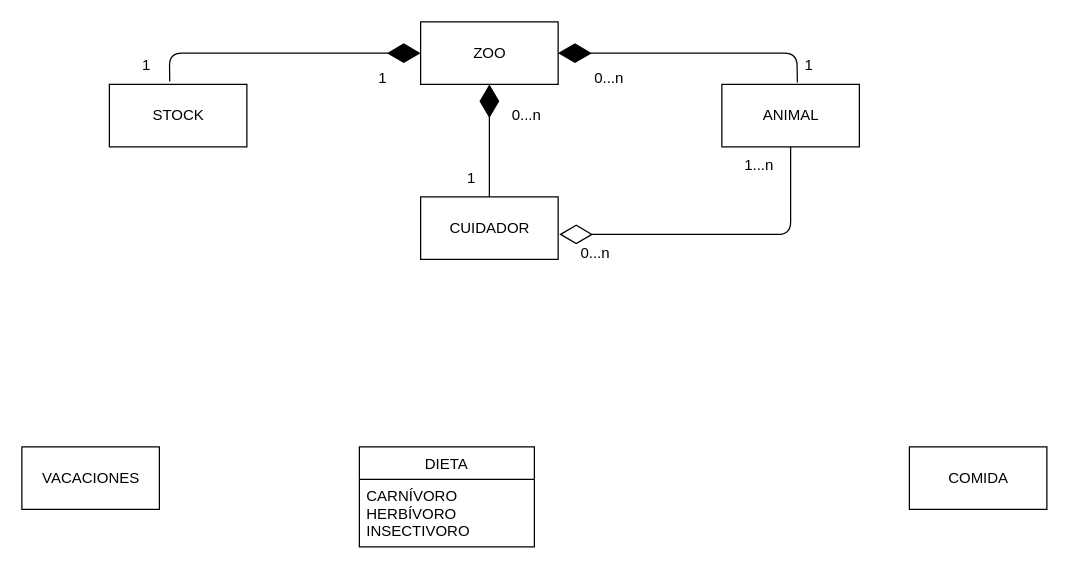
The draw.io diagram EJ5/ejercicio5.drawio in Trabajo-gruupal-empresa/Mediante-UML, before the edit. Source tidied: cells renumbered, new cells numbered last; positions are measured from the earlier drawing's top-left corner, leaving out a move shared by most shapes. Both pictures are drawn from the tidied source at 125%, with x=0, y=0 at pixel (21, 21).
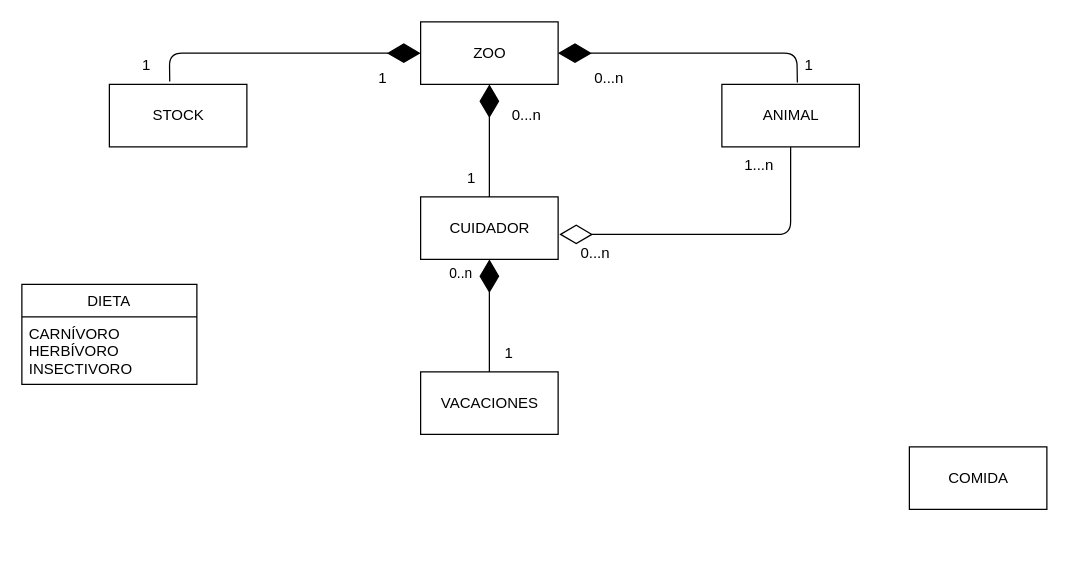
The same diagram, later.

Commit message:
composición vacaciones/cuidador

Unchanged cells that the change refers to:
```xml
<mxCell id="3" value="CUIDADOR" style="html=1;" parent="1" vertex="1">
  <mxGeometry x="319" y="140" width="110" height="50" as="geometry" />
</mxCell>
```

Diff of the diagram source:
```diff
@@
     <mxCell id="6" value="VACACIONES" style="html=1;" parent="1" vertex="1">
-      <mxGeometry y="340" width="110" height="50" as="geometry" />
+      <mxGeometry x="319" y="280" width="110" height="50" as="geometry" />
     </mxCell>
@@
     <mxCell id="8" value="DIETA" style="swimlane;fontStyle=0;horizontal=1;startSize=26;fillColor=none;" parent="1" vertex="1">
-      <mxGeometry x="270" y="340" width="140" height="80" as="geometry" />
+      <mxGeometry y="210" width="140" height="80" as="geometry" />
     </mxCell>
@@
+    <mxCell id="22" style="endArrow=diamondThin;endFill=1;endSize=24;html=1;exitX=0.5;exitY=0;exitDx=0;exitDy=0;entryX=0.5;entryY=1;entryDx=0;entryDy=0;" parent="1" edge="1" source="6" target="3">
+      <mxGeometry relative="1" as="geometry" />
+    </mxCell>
+    <mxCell id="23" value="0..n" style="edgeLabel;html=1;align=center;verticalAlign=middle;" parent="22" vertex="1">
+      <mxGeometry x="0.75" y="3" relative="1" as="geometry">
+        <mxPoint x="-21" y="-1" as="offset" />
+      </mxGeometry>
+    </mxCell>
+    <mxCell id="24" value="1" style="text;strokeColor=none;align=center;fillColor=none;html=1;verticalAlign=middle;whiteSpace=wrap;rounded=0;" parent="1" vertex="1">
+      <mxGeometry x="360" y="250" width="60" height="30" as="geometry" />
+    </mxCell>
```
